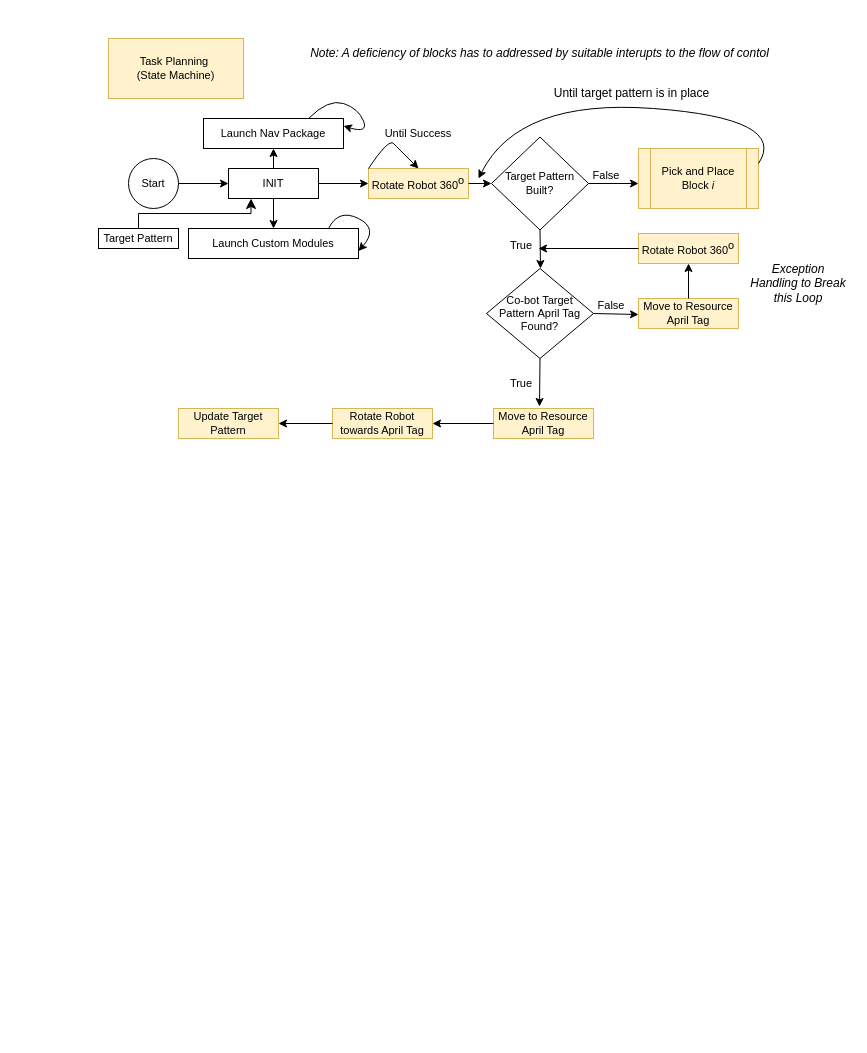
Before: state_machine_task_planning.drawio in sidt36/ME326-Group-8, a draw.io diagram. Source tidied: cells renumbered, new cells numbered last; positions are measured from the earlier drawing's top-left corner, leaving out a move shared by most shapes. Both pictures are drawn from the tidied source at 100%, with x=0, y=0 at pixel (98, 38).
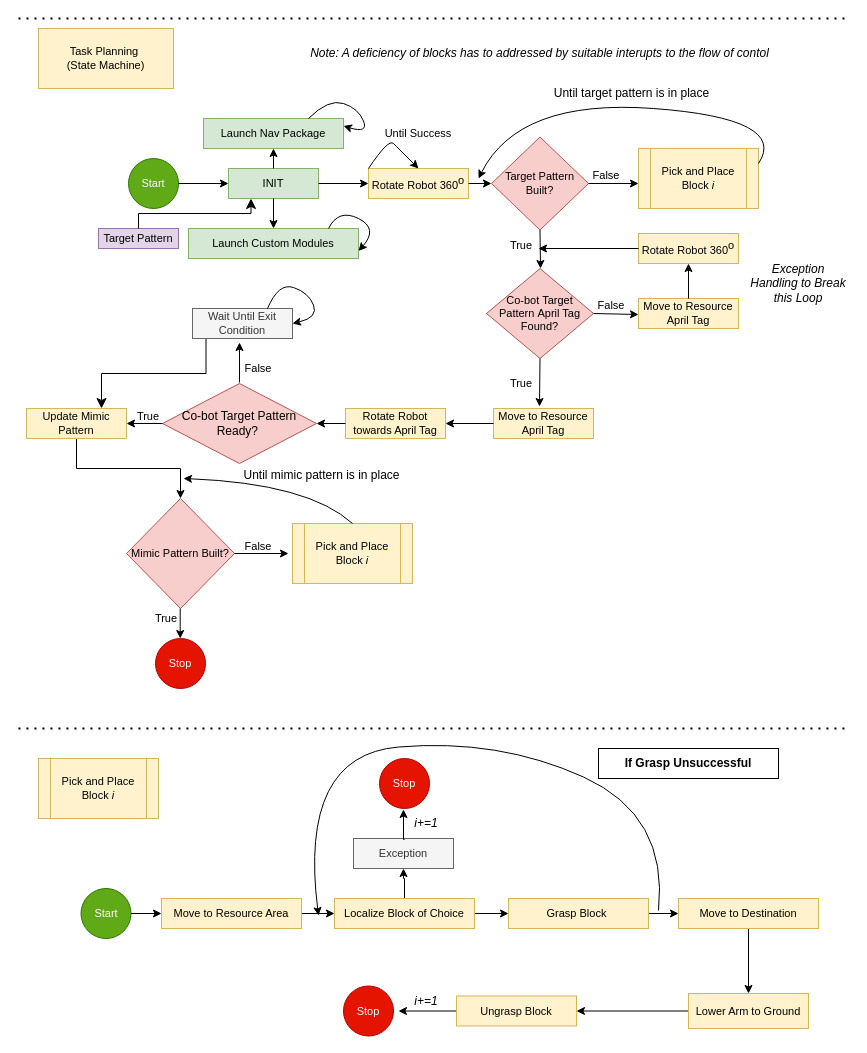
The same page after the edit.

What changed in the source:
```diff
@@
     <mxCell id="2" value="Task Planning&amp;nbsp;&lt;br style=&quot;font-size: 11px;&quot;&gt;(State Machine)" style="rounded=0;whiteSpace=wrap;html=1;fillColor=#fff2cc;strokeColor=#d6b656;fontSize=11;" parent="1" vertex="1">
-      <mxGeometry x="10" width="135" height="60" as="geometry" />
+      <mxGeometry x="-60" y="-10" width="135" height="60" as="geometry" />
     </mxCell>
-    <mxCell id="3" value="Start" style="ellipse;whiteSpace=wrap;html=1;fontSize=11;" parent="1" vertex="1">
+    <mxCell id="3" value="Start" style="ellipse;whiteSpace=wrap;html=1;fontSize=11;fillColor=#60a917;fontColor=#ffffff;strokeColor=#2D7600;" parent="1" vertex="1">
       <mxGeometry x="30" y="120" width="50" height="50" as="geometry" />
     </mxCell>
-    <mxCell id="4" value="&lt;font style=&quot;font-size: 11px;&quot;&gt;INIT&lt;/font&gt;" style="rounded=0;whiteSpace=wrap;html=1;fontSize=11;" parent="1" vertex="1">
+    <mxCell id="4" value="&lt;font style=&quot;font-size: 11px;&quot;&gt;INIT&lt;/font&gt;" style="rounded=0;whiteSpace=wrap;html=1;fontSize=11;fillColor=#d5e8d4;strokeColor=#82b366;" parent="1" vertex="1">
       <mxGeometry x="130" y="130" width="90" height="30" as="geometry" />
     </mxCell>
@@
-    <mxCell id="6" value="&lt;font style=&quot;font-size: 11px;&quot;&gt;Launch Nav Package&lt;/font&gt;" style="rounded=0;whiteSpace=wrap;html=1;fontSize=11;" parent="1" vertex="1">
+    <mxCell id="6" value="&lt;font style=&quot;font-size: 11px;&quot;&gt;Launch Nav Package&lt;/font&gt;" style="rounded=0;whiteSpace=wrap;html=1;fontSize=11;fillColor=#d5e8d4;strokeColor=#82b366;" parent="1" vertex="1">
       <mxGeometry x="105" y="80" width="140" height="30" as="geometry" />
     </mxCell>
@@
-    <mxCell id="9" value="&lt;font style=&quot;font-size: 11px;&quot;&gt;Launch Custom Modules&lt;/font&gt;" style="rounded=0;whiteSpace=wrap;html=1;fontSize=11;" parent="1" vertex="1">
+    <mxCell id="9" value="&lt;font style=&quot;font-size: 11px;&quot;&gt;Launch Custom Modules&lt;/font&gt;" style="rounded=0;whiteSpace=wrap;html=1;fontSize=11;fillColor=#d5e8d4;strokeColor=#82b366;" parent="1" vertex="1">
       <mxGeometry x="90" y="190" width="170" height="30" as="geometry" />
     </mxCell>
@@
-    <mxCell id="14" value="&lt;font style=&quot;font-size: 11px;&quot;&gt;Target Pattern Built?&lt;/font&gt;" style="rhombus;whiteSpace=wrap;html=1;fontSize=11;" parent="1" vertex="1">
+    <mxCell id="14" value="&lt;font style=&quot;font-size: 11px;&quot;&gt;Target Pattern Built?&lt;/font&gt;" style="rhombus;whiteSpace=wrap;html=1;fontSize=11;fillColor=#f8cecc;strokeColor=#b85450;" parent="1" vertex="1">
       <mxGeometry x="393" y="98.5" width="97" height="93" as="geometry" />
     </mxCell>
-    <mxCell id="15" value="&lt;font style=&quot;font-size: 11px;&quot;&gt;Target Pattern&lt;/font&gt;" style="rounded=0;whiteSpace=wrap;html=1;fontSize=11;" parent="1" vertex="1">
+    <mxCell id="15" value="&lt;font style=&quot;font-size: 11px;&quot;&gt;Target Pattern&lt;/font&gt;" style="rounded=0;whiteSpace=wrap;html=1;fontSize=11;fillColor=#e1d5e7;strokeColor=#9673a6;" parent="1" vertex="1">
       <mxGeometry y="190" width="80" height="20" as="geometry" />
     </mxCell>
@@
-    <mxCell id="25" value="&lt;span style=&quot;font-size: 11px;&quot;&gt;Co-bot Target Pattern&amp;nbsp;April Tag Found?&lt;/span&gt;" style="rhombus;whiteSpace=wrap;html=1;fontSize=11;" parent="1" vertex="1">
+    <mxCell id="25" value="&lt;span style=&quot;font-size: 11px;&quot;&gt;Co-bot Target Pattern&amp;nbsp;April Tag Found?&lt;/span&gt;" style="rhombus;whiteSpace=wrap;html=1;fontSize=11;fillColor=#f8cecc;strokeColor=#b85450;" parent="1" vertex="1">
       <mxGeometry x="388" y="230" width="107" height="90" as="geometry" />
     </mxCell>
@@
     <mxCell id="39" value="Rotate Robot towards April Tag" style="rounded=0;whiteSpace=wrap;html=1;fillColor=#fff2cc;strokeColor=#d6b656;fontSize=11;" parent="1" vertex="1">
-      <mxGeometry x="234" y="370" width="100" height="30" as="geometry" />
+      <mxGeometry x="247" y="370" width="100" height="30" as="geometry" />
     </mxCell>
@@
+    <mxCell id="43" style="edgeStyle=orthogonalEdgeStyle;rounded=0;jettySize=auto;html=1;exitX=0.5;exitY=1;exitDx=0;exitDy=0;entryX=0.5;entryY=0;entryDx=0;entryDy=0;" parent="1" edge="1" source="41" target="44">
+      <mxGeometry relative="1" as="geometry" />
+    </mxCell>
-    <mxCell id="41" value="Update Target Pattern" style="rounded=0;whiteSpace=wrap;html=1;fillColor=#fff2cc;strokeColor=#d6b656;fontSize=11;" parent="1" vertex="1">
-      <mxGeometry x="80" y="370" width="100" height="30" as="geometry" />
+    <mxCell id="41" value="Update Mimic Pattern" style="rounded=0;whiteSpace=wrap;html=1;fillColor=#fff2cc;strokeColor=#d6b656;fontSize=11;" parent="1" vertex="1">
+      <mxGeometry x="-72" y="370" width="100" height="30" as="geometry" />
     </mxCell>
-    <mxCell id="42" style="endArrow=classic;html=1;rounded=0;fontSize=11;" parent="1" edge="1" source="39" target="41">
-      <mxGeometry relative="1" as="geometry" />
-    </mxCell>
+    <mxCell id="44" value="&lt;font style=&quot;font-size: 11px;&quot;&gt;Mimic Pattern Built?&lt;/font&gt;" style="rhombus;whiteSpace=wrap;html=1;fontSize=11;fillColor=#f8cecc;strokeColor=#b85450;" parent="1" vertex="1">
+      <mxGeometry x="28" y="460" width="108" height="110" as="geometry" />
+    </mxCell>
+    <mxCell id="45" value="Co-bot Target Pattern Ready?&amp;nbsp;" style="rhombus;whiteSpace=wrap;html=1;fillColor=#f8cecc;strokeColor=#b85450;" parent="1" vertex="1">
+      <mxGeometry x="64" y="345" width="154" height="80" as="geometry" />
+    </mxCell>
+    <mxCell id="46" style="endArrow=classic;html=1;rounded=0;exitX=0;exitY=0.5;exitDx=0;exitDy=0;entryX=1;entryY=0.5;entryDx=0;entryDy=0;" parent="1" edge="1" source="39" target="45">
+      <mxGeometry relative="1" as="geometry" />
+    </mxCell>
+    <mxCell id="47" style="endArrow=classic;html=1;rounded=0;fontSize=11;" parent="1" edge="1">
+      <mxGeometry relative="1" as="geometry">
+        <mxPoint x="141" y="344" as="sourcePoint" />
+        <mxPoint x="141" y="304" as="targetPoint" />
+      </mxGeometry>
+    </mxCell>
+    <mxCell id="48" style="endArrow=classic;html=1;rounded=0;fontSize=11;entryX=1;entryY=0.5;entryDx=0;entryDy=0;exitX=0;exitY=0.5;exitDx=0;exitDy=0;" parent="1" edge="1" source="45" target="41">
+      <mxGeometry relative="1" as="geometry" />
+    </mxCell>
+    <mxCell id="49" value="True" style="text;html=1;align=center;verticalAlign=middle;whiteSpace=wrap;rounded=0;fontSize=11;" parent="1" vertex="1">
+      <mxGeometry x="20" y="363" width="60" height="30" as="geometry" />
+    </mxCell>
+    <mxCell id="50" value="False" style="text;html=1;align=center;verticalAlign=middle;whiteSpace=wrap;rounded=0;fontSize=11;" parent="1" vertex="1">
+      <mxGeometry x="130" y="315" width="60" height="30" as="geometry" />
+    </mxCell>
+    <mxCell id="51" value="Wait Until Exit Condition" style="rounded=0;whiteSpace=wrap;html=1;fontSize=11;fillColor=#f5f5f5;fontColor=#333333;strokeColor=#666666;" parent="1" vertex="1">
+      <mxGeometry x="94" y="270" width="100" height="30" as="geometry" />
+    </mxCell>
+    <mxCell id="52" style="curved=1;endArrow=classic;html=1;rounded=0;exitX=0.75;exitY=0;exitDx=0;exitDy=0;entryX=1;entryY=0.5;entryDx=0;entryDy=0;fontSize=11;" parent="1" edge="1" source="51" target="51">
+      <mxGeometry relative="1" as="geometry">
+        <Array as="points">
+          <mxPoint x="180" y="244" />
+          <mxPoint x="210" y="254" />
+          <mxPoint x="220" y="279" />
+        </Array>
+      </mxGeometry>
+    </mxCell>
+    <mxCell id="53" style="edgeStyle=elbowEdgeStyle;elbow=vertical;endArrow=classic;html=1;curved=0;rounded=0;endSize=8;startSize=8;exitX=0.135;exitY=1.017;exitDx=0;exitDy=0;entryX=0.75;entryY=0;entryDx=0;entryDy=0;exitPerimeter=0;" parent="1" edge="1" source="51" target="41">
+      <mxGeometry relative="1" as="geometry" />
+    </mxCell>
+    <mxCell id="54" style="endArrow=classic;html=1;rounded=0;exitX=1;exitY=0.5;exitDx=0;exitDy=0;" parent="1" edge="1" source="44">
+      <mxGeometry relative="1" as="geometry">
+        <mxPoint x="190" y="515" as="targetPoint" />
+      </mxGeometry>
+    </mxCell>
+    <mxCell id="55" value="Pick and Place Block &lt;i style=&quot;font-size: 11px;&quot;&gt;i&lt;/i&gt;" style="shape=process;whiteSpace=wrap;html=1;backgroundOutline=1;fillColor=#fff2cc;strokeColor=#d6b656;fontSize=11;" parent="1" vertex="1">
+      <mxGeometry x="194" y="485" width="120" height="60" as="geometry" />
+    </mxCell>
+    <mxCell id="56" value="False" style="text;html=1;align=center;verticalAlign=middle;whiteSpace=wrap;rounded=0;fontSize=11;" parent="1" vertex="1">
+      <mxGeometry x="130" y="493" width="60" height="30" as="geometry" />
+    </mxCell>
+    <mxCell id="57" style="curved=1;endArrow=classic;html=1;rounded=0;exitX=0.5;exitY=0;exitDx=0;exitDy=0;fontSize=11;" parent="1" edge="1" source="55">
+      <mxGeometry relative="1" as="geometry">
+        <mxPoint x="85" y="440" as="targetPoint" />
+        <Array as="points">
+          <mxPoint x="210" y="445" />
+        </Array>
+      </mxGeometry>
+    </mxCell>
+    <mxCell id="58" value="Until mimic pattern is in place" style="text;html=1;align=center;verticalAlign=middle;whiteSpace=wrap;rounded=0;" parent="1" vertex="1">
+      <mxGeometry x="130" y="427" width="187" height="20" as="geometry" />
+    </mxCell>
+    <mxCell id="59" style="endArrow=classic;html=1;rounded=0;exitX=0.5;exitY=1;exitDx=0;exitDy=0;entryX=0.5;entryY=0;entryDx=0;entryDy=0;fontSize=11;" parent="1" edge="1">
+      <mxGeometry relative="1" as="geometry">
+        <mxPoint x="81.7" y="570" as="sourcePoint" />
+        <mxPoint x="81.7" y="600" as="targetPoint" />
+        <Array as="points">
+          <mxPoint x="81.7" y="588" />
+        </Array>
+      </mxGeometry>
+    </mxCell>
+    <mxCell id="60" value="True" style="text;html=1;align=center;verticalAlign=middle;whiteSpace=wrap;rounded=0;fontSize=11;" parent="1" vertex="1">
+      <mxGeometry x="38" y="565" width="60" height="30" as="geometry" />
+    </mxCell>
+    <mxCell id="61" value="Stop" style="ellipse;whiteSpace=wrap;html=1;fontSize=11;fillColor=#e51400;fontColor=#ffffff;strokeColor=#B20000;" parent="1" vertex="1">
+      <mxGeometry x="57" y="600" width="50" height="50" as="geometry" />
+    </mxCell>
+    <mxCell id="62" value="Pick and Place Block &lt;i style=&quot;font-size: 11px;&quot;&gt;i&lt;/i&gt;" style="shape=process;whiteSpace=wrap;html=1;backgroundOutline=1;fillColor=#fff2cc;strokeColor=#d6b656;fontSize=11;" parent="1" vertex="1">
+      <mxGeometry x="-60" y="720" width="120" height="60" as="geometry" />
+    </mxCell>
+    <mxCell id="63" style="endArrow=none;dashed=1;html=1;dashPattern=1 3;strokeWidth=2;rounded=0;" parent="1" edge="1">
+      <mxGeometry relative="1" as="geometry">
+        <mxPoint x="-80" y="690" as="sourcePoint" />
+        <mxPoint x="750" y="690" as="targetPoint" />
+      </mxGeometry>
+    </mxCell>
+    <mxCell id="64" style="endArrow=none;dashed=1;html=1;dashPattern=1 3;strokeWidth=2;rounded=0;" parent="1" edge="1">
+      <mxGeometry relative="1" as="geometry">
+        <mxPoint x="-80" y="-20" as="sourcePoint" />
+        <mxPoint x="750" y="-20" as="targetPoint" />
+      </mxGeometry>
+    </mxCell>
+    <mxCell id="65" value="Start" style="ellipse;whiteSpace=wrap;html=1;fontSize=11;fillColor=#60a917;fontColor=#ffffff;strokeColor=#2D7600;" parent="1" vertex="1">
+      <mxGeometry x="-17.5" y="850" width="50" height="50" as="geometry" />
+    </mxCell>
+    <mxCell id="66" style="edgeStyle=orthogonalEdgeStyle;rounded=0;jettySize=auto;html=1;" parent="1" edge="1" source="67" target="71">
+      <mxGeometry relative="1" as="geometry" />
+    </mxCell>
+    <mxCell id="67" value="Move to Resource Area" style="rounded=0;whiteSpace=wrap;html=1;fillColor=#fff2cc;strokeColor=#d6b656;fontSize=11;" parent="1" vertex="1">
+      <mxGeometry x="63" y="860" width="140" height="30" as="geometry" />
+    </mxCell>
+    <mxCell id="68" style="endArrow=classic;html=1;rounded=0;exitX=1;exitY=0.5;exitDx=0;exitDy=0;entryX=0;entryY=0.5;entryDx=0;entryDy=0;" parent="1" edge="1" source="65" target="67">
+      <mxGeometry relative="1" as="geometry" />
+    </mxCell>
+    <mxCell id="69" style="edgeStyle=orthogonalEdgeStyle;rounded=0;jettySize=auto;html=1;" parent="1" edge="1" source="71" target="73">
+      <mxGeometry relative="1" as="geometry" />
+    </mxCell>
+    <mxCell id="70" style="edgeStyle=orthogonalEdgeStyle;rounded=0;jettySize=auto;html=1;" parent="1" edge="1" source="71" target="81">
+      <mxGeometry relative="1" as="geometry" />
+    </mxCell>
+    <mxCell id="71" value="Localize Block of Choice" style="rounded=0;whiteSpace=wrap;html=1;fillColor=#fff2cc;strokeColor=#d6b656;fontSize=11;" parent="1" vertex="1">
+      <mxGeometry x="236" y="860" width="140" height="30" as="geometry" />
+    </mxCell>
+    <mxCell id="72" style="edgeStyle=orthogonalEdgeStyle;rounded=0;jettySize=auto;html=1;" parent="1" edge="1" source="73" target="75">
+      <mxGeometry relative="1" as="geometry" />
+    </mxCell>
+    <mxCell id="73" value="Grasp Block&amp;nbsp;" style="rounded=0;whiteSpace=wrap;html=1;fillColor=#fff2cc;strokeColor=#d6b656;fontSize=11;" parent="1" vertex="1">
+      <mxGeometry x="410" y="860" width="140" height="30" as="geometry" />
+    </mxCell>
+    <mxCell id="74" style="edgeStyle=orthogonalEdgeStyle;rounded=0;jettySize=auto;html=1;" parent="1" edge="1" source="75" target="77">
+      <mxGeometry relative="1" as="geometry" />
+    </mxCell>
+    <mxCell id="75" value="Move to Destination" style="rounded=0;whiteSpace=wrap;html=1;fillColor=#fff2cc;strokeColor=#d6b656;fontSize=11;" parent="1" vertex="1">
+      <mxGeometry x="580" y="860" width="140" height="30" as="geometry" />
+    </mxCell>
+    <mxCell id="76" style="edgeStyle=orthogonalEdgeStyle;rounded=0;jettySize=auto;html=1;" parent="1" edge="1" source="77" target="79">
+      <mxGeometry relative="1" as="geometry" />
+    </mxCell>
+    <mxCell id="77" value="Lower Arm to Ground" style="whiteSpace=wrap;html=1;fontSize=11;fillColor=#fff2cc;strokeColor=#d6b656;rounded=0;" parent="1" vertex="1">
+      <mxGeometry x="590" y="955" width="120" height="35" as="geometry" />
+    </mxCell>
+    <mxCell id="78" style="edgeStyle=orthogonalEdgeStyle;rounded=0;jettySize=auto;html=1;" parent="1" edge="1" source="79">
+      <mxGeometry relative="1" as="geometry">
+        <mxPoint x="300" y="972.5" as="targetPoint" />
+      </mxGeometry>
+    </mxCell>
+    <mxCell id="79" value="Ungrasp Block" style="whiteSpace=wrap;html=1;fontSize=11;fillColor=#fff2cc;strokeColor=#d6b656;rounded=0;" parent="1" vertex="1">
+      <mxGeometry x="358" y="957.5" width="120" height="30" as="geometry" />
+    </mxCell>
+    <mxCell id="80" value="Stop" style="ellipse;whiteSpace=wrap;html=1;fontSize=11;fillColor=#e51400;fontColor=#ffffff;strokeColor=#B20000;" parent="1" vertex="1">
+      <mxGeometry x="245" y="947.5" width="50" height="50" as="geometry" />
+    </mxCell>
+    <mxCell id="81" value="Exception" style="rounded=0;whiteSpace=wrap;html=1;fontSize=11;fillColor=#f5f5f5;fontColor=#333333;strokeColor=#666666;" parent="1" vertex="1">
+      <mxGeometry x="255" y="800" width="100" height="30" as="geometry" />
+    </mxCell>
+    <mxCell id="82" value="Stop" style="ellipse;whiteSpace=wrap;html=1;fontSize=11;fillColor=#e51400;fontColor=#ffffff;strokeColor=#B20000;" parent="1" vertex="1">
+      <mxGeometry x="281" y="720" width="50" height="50" as="geometry" />
+    </mxCell>
+    <mxCell id="83" style="edgeStyle=orthogonalEdgeStyle;rounded=0;orthogonalLoop=1;jettySize=auto;html=1;" parent="1" edge="1">
+      <mxGeometry relative="1" as="geometry">
+        <mxPoint x="306" y="801" as="sourcePoint" />
+        <mxPoint x="305" y="771" as="targetPoint" />
+      </mxGeometry>
+    </mxCell>
+    <mxCell id="84" value="&lt;i&gt;i+=1&lt;/i&gt;" style="text;html=1;align=center;verticalAlign=middle;whiteSpace=wrap;rounded=0;" parent="1" vertex="1">
+      <mxGeometry x="298" y="770" width="60" height="30" as="geometry" />
+    </mxCell>
+    <mxCell id="85" value="&lt;i&gt;i+=1&lt;/i&gt;" style="text;html=1;align=center;verticalAlign=middle;whiteSpace=wrap;rounded=0;" parent="1" vertex="1">
+      <mxGeometry x="298" y="947.5" width="60" height="30" as="geometry" />
+    </mxCell>
+    <mxCell id="86" style="curved=1;endArrow=classic;html=1;rounded=0;" parent="1" edge="1">
+      <mxGeometry relative="1" as="geometry">
+        <mxPoint x="560" y="872" as="sourcePoint" />
+        <mxPoint x="220" y="877" as="targetPoint" />
+        <Array as="points">
+          <mxPoint x="570" y="777" />
+          <mxPoint x="400" y="700" />
+          <mxPoint x="200" y="717" />
+        </Array>
+      </mxGeometry>
+    </mxCell>
+    <mxCell id="87" value="&lt;b&gt;If Grasp Unsuccessful&lt;/b&gt;" style="text;html=1;align=center;verticalAlign=middle;whiteSpace=wrap;rounded=0;strokeColor=default;" parent="1" vertex="1">
+      <mxGeometry x="500" y="710" width="180" height="30" as="geometry" />
+    </mxCell>
```
